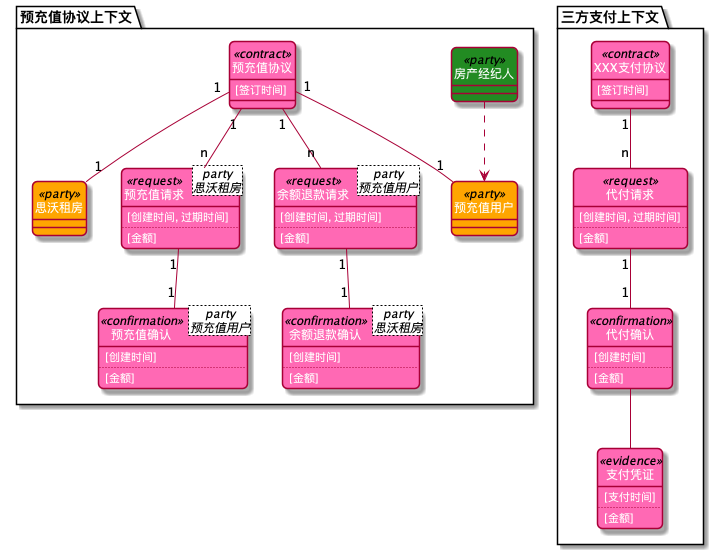
The PlantUML diagram 8x-flow2.png in behring/8x-flow-diagram, before a commit.
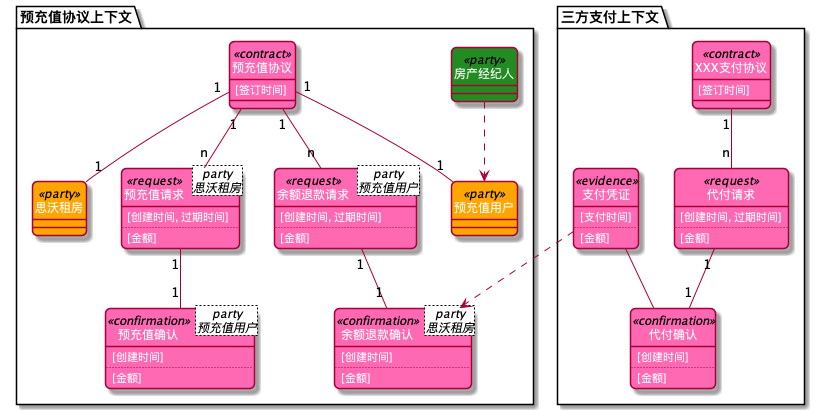
After the change.

Change to the diagram source:
```diff
@@ -90,6 +90,8 @@
     ..
     [金额]
 }
-代付确认 -- 支付凭证
+支付凭证 ..> 余额退款确认
+
+支付凭证 -- 代付确认
 
 @enduml
```
